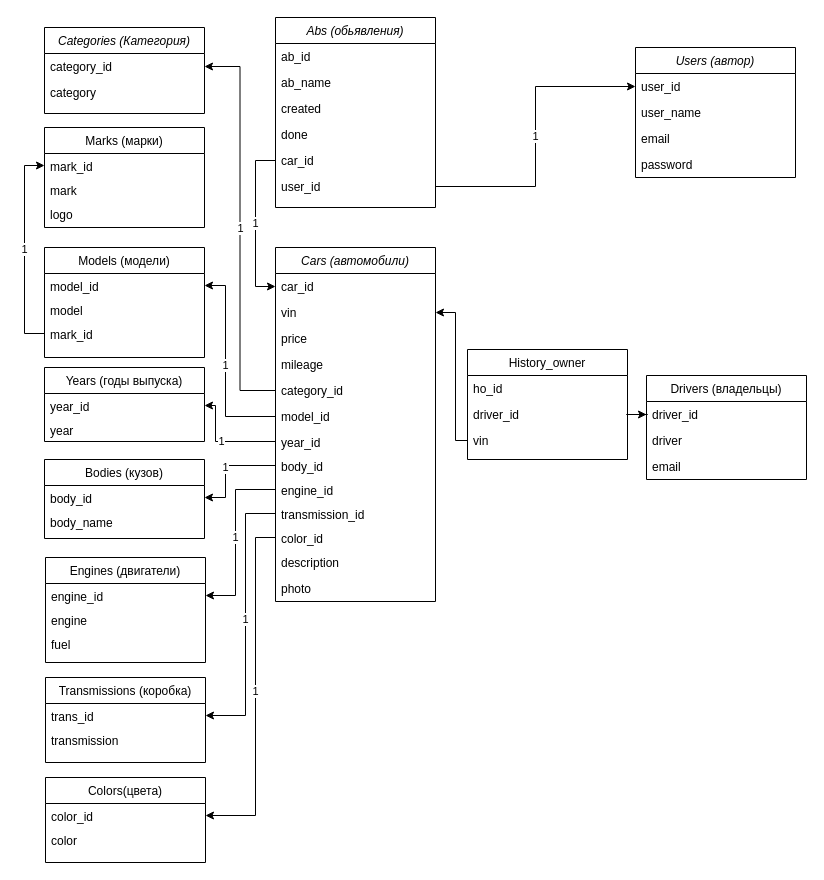
Earlier version of the draw.io diagram img/sql_diagram.drawio (dima-abc/job4j_cars). Source tidied: cells renumbered, new cells numbered last; positions are measured from the earlier drawing's top-left corner, leaving out a move shared by most shapes. Both pictures are drawn from the tidied source at 100%, with x=0, y=0 at pixel (44, 17).
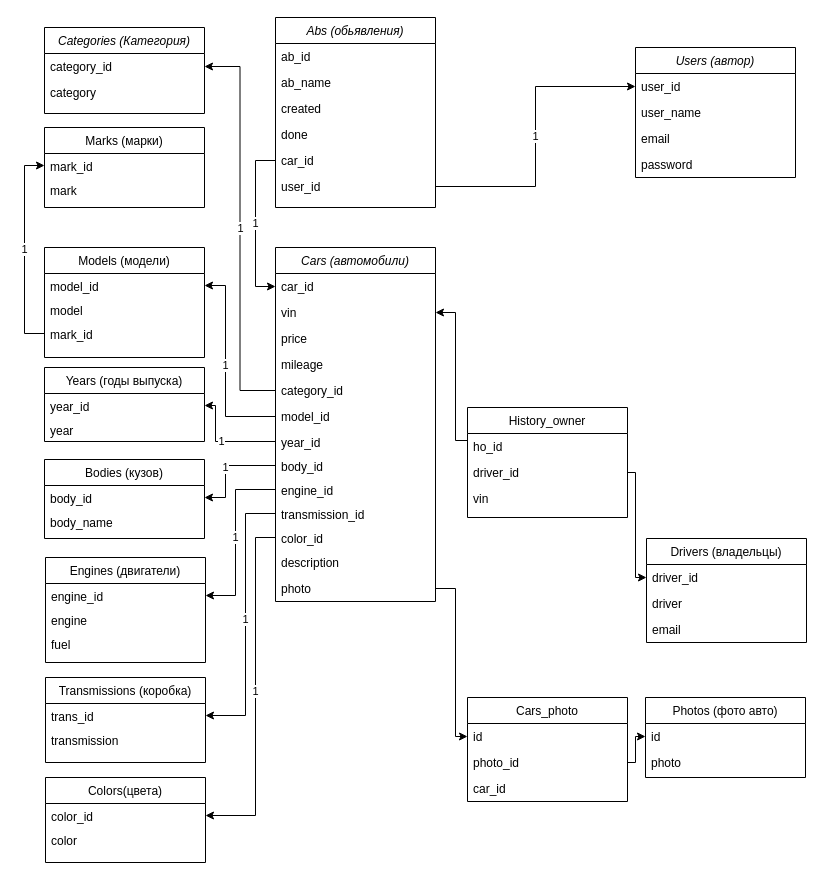
After the change.

The change refers to these unchanged cells:
```xml
<mxCell id="15" value="photo" style="text;align=left;verticalAlign=top;spacingLeft=4;spacingRight=4;overflow=hidden;points=[[0,0.5],[1,0.5]];portConstraint=eastwest;" parent="2" vertex="1">
  <mxGeometry y="328" width="160" height="26" as="geometry" />
</mxCell>
<mxCell id="17" value="driver_id" style="text;align=left;verticalAlign=top;spacingLeft=4;spacingRight=4;overflow=hidden;points=[[0,0.5],[1,0.5]];portConstraint=eastwest;" parent="16" vertex="1">
  <mxGeometry y="26" width="160" height="26" as="geometry" />
</mxCell>
<mxCell id="22" value="driver_id" style="text;align=left;verticalAlign=top;spacingLeft=4;spacingRight=4;overflow=hidden;points=[[0,0.5],[1,0.5]];portConstraint=eastwest;" parent="20" vertex="1">
  <mxGeometry y="52" width="160" height="26" as="geometry" />
</mxCell>
```

What changed in the source:
```diff
@@
     <mxCell id="16" value="Drivers (владельцы)" style="swimlane;fontStyle=0;align=center;verticalAlign=top;horizontal=1;startSize=26;rounded=0;shadow=0;strokeWidth=1;" parent="1" vertex="1">
-      <mxGeometry x="602" y="358" width="160" height="104" as="geometry" />
+      <mxGeometry x="602" y="521" width="160" height="104" as="geometry" />
     </mxCell>
@@
     <mxCell id="20" value="History_owner" style="swimlane;fontStyle=0;align=center;verticalAlign=top;horizontal=1;startSize=26;rounded=0;shadow=0;strokeWidth=1;" parent="1" vertex="1">
-      <mxGeometry x="423" y="332" width="160" height="110" as="geometry" />
+      <mxGeometry x="423" y="390" width="160" height="110" as="geometry" />
     </mxCell>
@@
     <mxCell id="28" style="edgeStyle=orthogonalEdgeStyle;rounded=0;jettySize=auto;html=1;entryX=0;entryY=0.5;entryDx=0;entryDy=0;" parent="1" edge="1" source="22" target="17">
-      <mxGeometry relative="1" as="geometry" />
+      <mxGeometry relative="1" as="geometry">
+        <Array as="points">
+          <mxPoint x="591" y="455" />
+          <mxPoint x="591" y="560" />
+        </Array>
+      </mxGeometry>
     </mxCell>
@@
     <mxCell id="34" value="Marks (марки)" style="swimlane;fontStyle=0;align=center;verticalAlign=top;horizontal=1;startSize=26;rounded=0;shadow=0;strokeWidth=1;" parent="1" vertex="1">
-      <mxGeometry y="110" width="160" height="100" as="geometry" />
+      <mxGeometry y="110" width="160" height="80" as="geometry" />
     </mxCell>
@@
-    <mxCell id="37" value="logo" style="text;align=left;verticalAlign=top;spacingLeft=4;spacingRight=4;overflow=hidden;" parent="34" vertex="1">
-      <mxGeometry y="74" width="160" height="24" as="geometry" />
-    </mxCell>
@@
+    <mxCell id="75" value="Photos (фото авто)" style="swimlane;fontStyle=0;align=center;verticalAlign=top;horizontal=1;startSize=26;rounded=0;shadow=0;strokeWidth=1;" parent="1" vertex="1">
+      <mxGeometry x="601" y="680" width="160" height="80" as="geometry" />
+    </mxCell>
+    <mxCell id="76" value="id" style="text;align=left;verticalAlign=top;spacingLeft=4;spacingRight=4;overflow=hidden;points=[[0,0.5],[1,0.5]];portConstraint=eastwest;" parent="75" vertex="1">
+      <mxGeometry y="26" width="160" height="26" as="geometry" />
+    </mxCell>
+    <mxCell id="77" value="photo" style="text;align=left;verticalAlign=top;spacingLeft=4;spacingRight=4;overflow=hidden;" parent="75" vertex="1">
+      <mxGeometry y="52" width="160" height="26" as="geometry" />
+    </mxCell>
+    <mxCell id="78" value="Cars_photo" style="swimlane;fontStyle=0;align=center;verticalAlign=top;horizontal=1;startSize=26;rounded=0;shadow=0;strokeWidth=1;" parent="1" vertex="1">
+      <mxGeometry x="423" y="680" width="160" height="104" as="geometry" />
+    </mxCell>
+    <mxCell id="79" value="id" style="text;align=left;verticalAlign=top;spacingLeft=4;spacingRight=4;overflow=hidden;points=[[0,0.5],[1,0.5]];portConstraint=eastwest;" parent="78" vertex="1">
+      <mxGeometry y="26" width="160" height="26" as="geometry" />
+    </mxCell>
+    <mxCell id="80" value="photo_id" style="text;align=left;verticalAlign=top;spacingLeft=4;spacingRight=4;overflow=hidden;points=[[0,0.5],[1,0.5]];portConstraint=eastwest;" parent="78" vertex="1">
+      <mxGeometry y="52" width="160" height="26" as="geometry" />
+    </mxCell>
+    <mxCell id="81" value="car_id" style="text;align=left;verticalAlign=top;spacingLeft=4;spacingRight=4;overflow=hidden;" parent="78" vertex="1">
+      <mxGeometry y="78" width="160" height="26" as="geometry" />
+    </mxCell>
+    <mxCell id="82" style="edgeStyle=orthogonalEdgeStyle;rounded=0;jettySize=auto;html=1;exitX=1;exitY=0.5;exitDx=0;exitDy=0;entryX=0;entryY=0.5;entryDx=0;entryDy=0;" parent="1" edge="1" source="80" target="76">
+      <mxGeometry relative="1" as="geometry">
+        <Array as="points">
+          <mxPoint x="591" y="745" />
+          <mxPoint x="591" y="719" />
+        </Array>
+      </mxGeometry>
+    </mxCell>
+    <mxCell id="83" style="edgeStyle=orthogonalEdgeStyle;rounded=0;jettySize=auto;html=1;exitX=1;exitY=0.5;exitDx=0;exitDy=0;entryX=0;entryY=0.5;entryDx=0;entryDy=0;" parent="1" edge="1" source="15" target="79">
+      <mxGeometry relative="1" as="geometry">
+        <Array as="points">
+          <mxPoint x="411" y="571" />
+          <mxPoint x="411" y="719" />
+        </Array>
+      </mxGeometry>
+    </mxCell>
```
